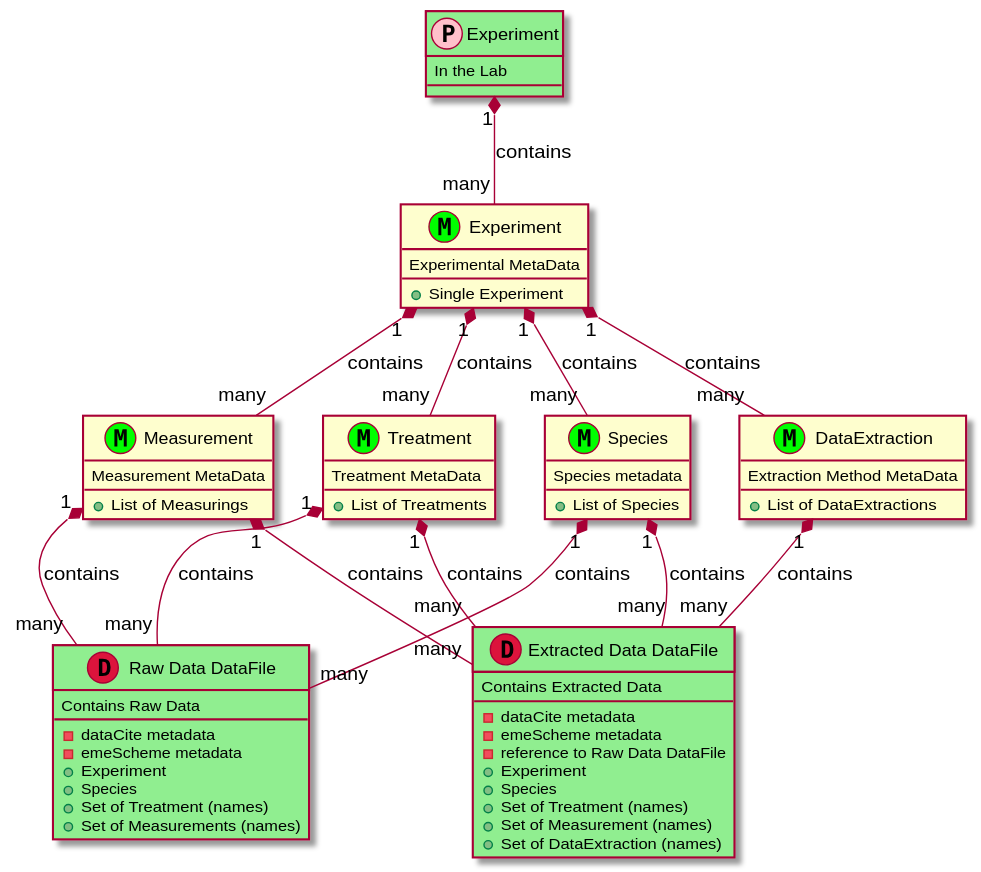
The PlantUML diagram vignettes/figs/dataLayout.svg in UZH-PEG/dmdScheme, before a commit.
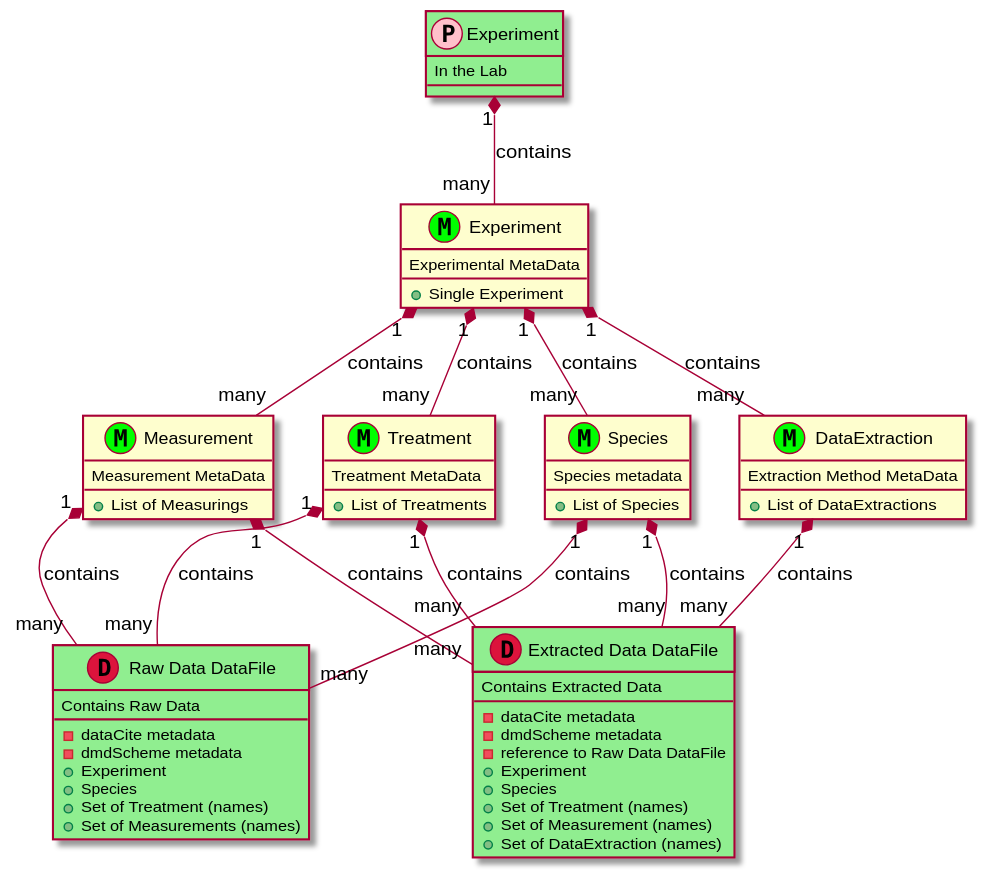
The same file after the commit.

The edit, as a diff of the source:
```diff
@@ -33,7 +33,7 @@
 class RawData as "Raw Data DataFile" << (D,crimson) >> #TECHNOLOGY {
   {field} Contains Raw Data
   {method} - dataCite metadata
-  {method} - emeScheme metadata
+  {method} - dmdScheme metadata
   {method} + Experiment
   {method} + Species
   {method} + Set of Treatment (names)
@@ -49,7 +49,7 @@
 class ExtractedData as "Extracted Data DataFile" << (D,crimson) >> #TECHNOLOGY {
   {field} Contains Extracted Data
   {method} - dataCite metadata
-  {method} - emeScheme metadata
+  {method} - dmdScheme metadata
   {method} - reference to Raw Data DataFile
   {method} + Experiment
   {method} + Species
```
